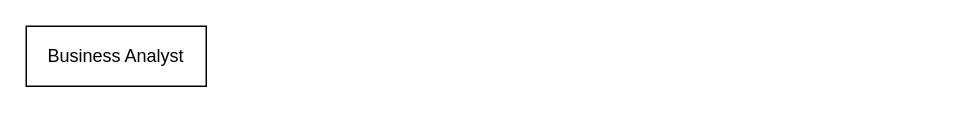
Earlier version of the draw.io diagram Personal.drawio (hanggaa/Diagram). Source tidied: cells renumbered, new cells numbered last; positions are measured from the earlier drawing's top-left corner, leaving out a move shared by most shapes. Both pictures are drawn from the tidied source at 150%, with x=0, y=0 at pixel (26, 26).
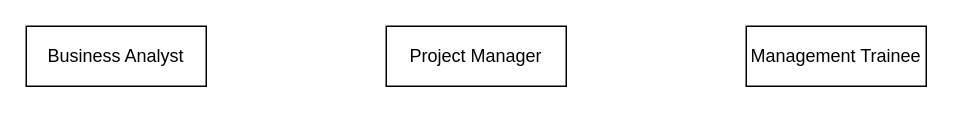
Above is the later version.

Diff of the diagram source:
```diff
@@
 <mxGraphModel>
   <root>
     <mxCell id="0" />
     <mxCell id="1" parent="0" />
     <mxCell id="2" value="Business Analyst" style="rounded=0;whiteSpace=wrap;html=1;" parent="1" vertex="1">
       <mxGeometry width="120" height="40" as="geometry" />
     </mxCell>
+    <mxCell id="3" value="Project Manager" style="rounded=0;whiteSpace=wrap;html=1;" parent="1" vertex="1">
+      <mxGeometry x="240" width="120" height="40" as="geometry" />
+    </mxCell>
+    <mxCell id="4" value="Management Trainee" style="rounded=0;whiteSpace=wrap;html=1;" parent="1" vertex="1">
+      <mxGeometry x="480" width="120" height="40" as="geometry" />
+    </mxCell>
   </root>
 </mxGraphModel>
```
